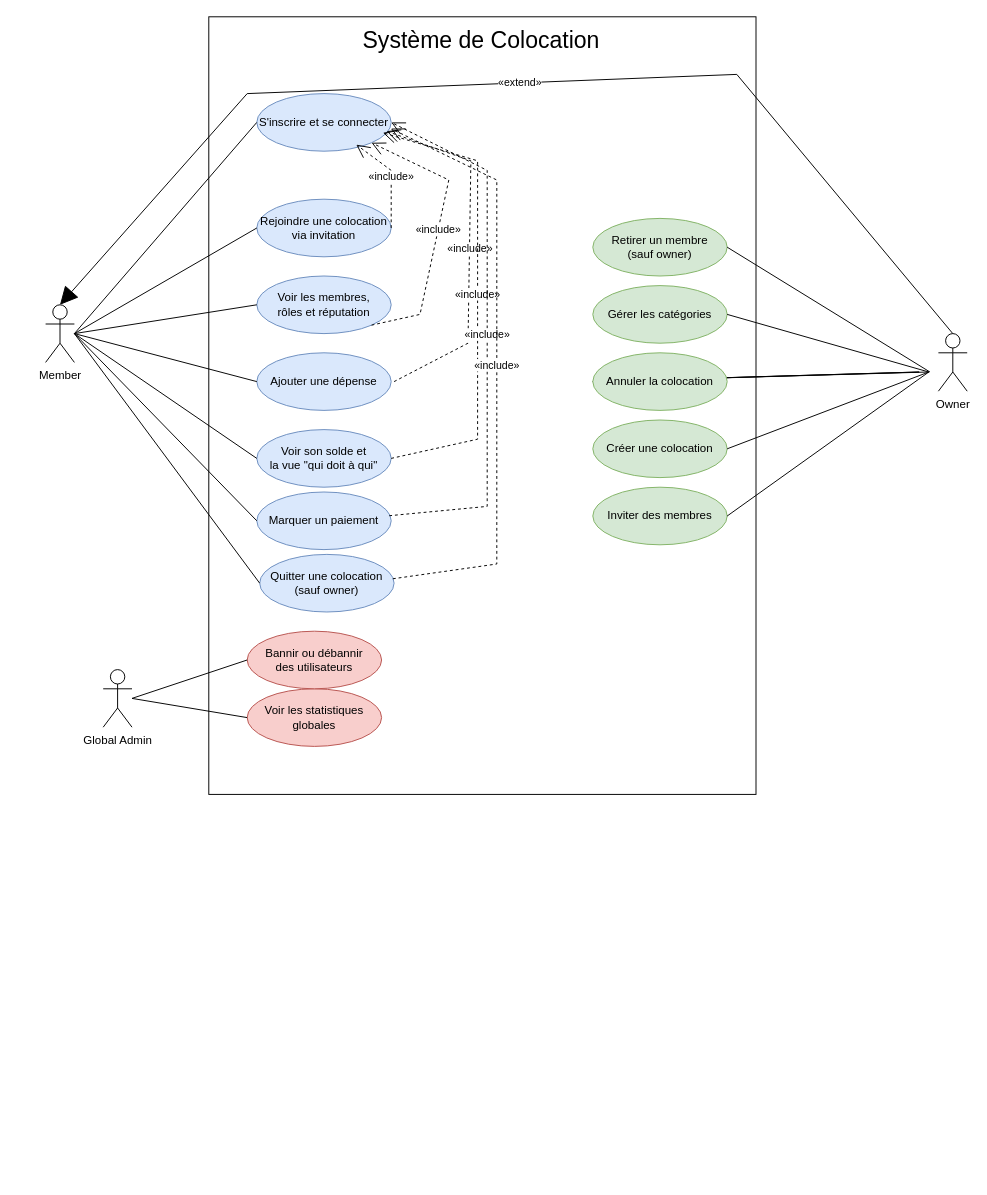
Above: Docs/diagrammeCasUtilisateur.drawio in Medbdll/EasyColoc (draw.io), before the change. Source tidied: cells renumbered, new cells numbered last; positions are measured from the earlier drawing's top-left corner, leaving out a move shared by most shapes. Both pictures are drawn from the tidied source at 96%, with x=0, y=0 at pixel (45, 16).
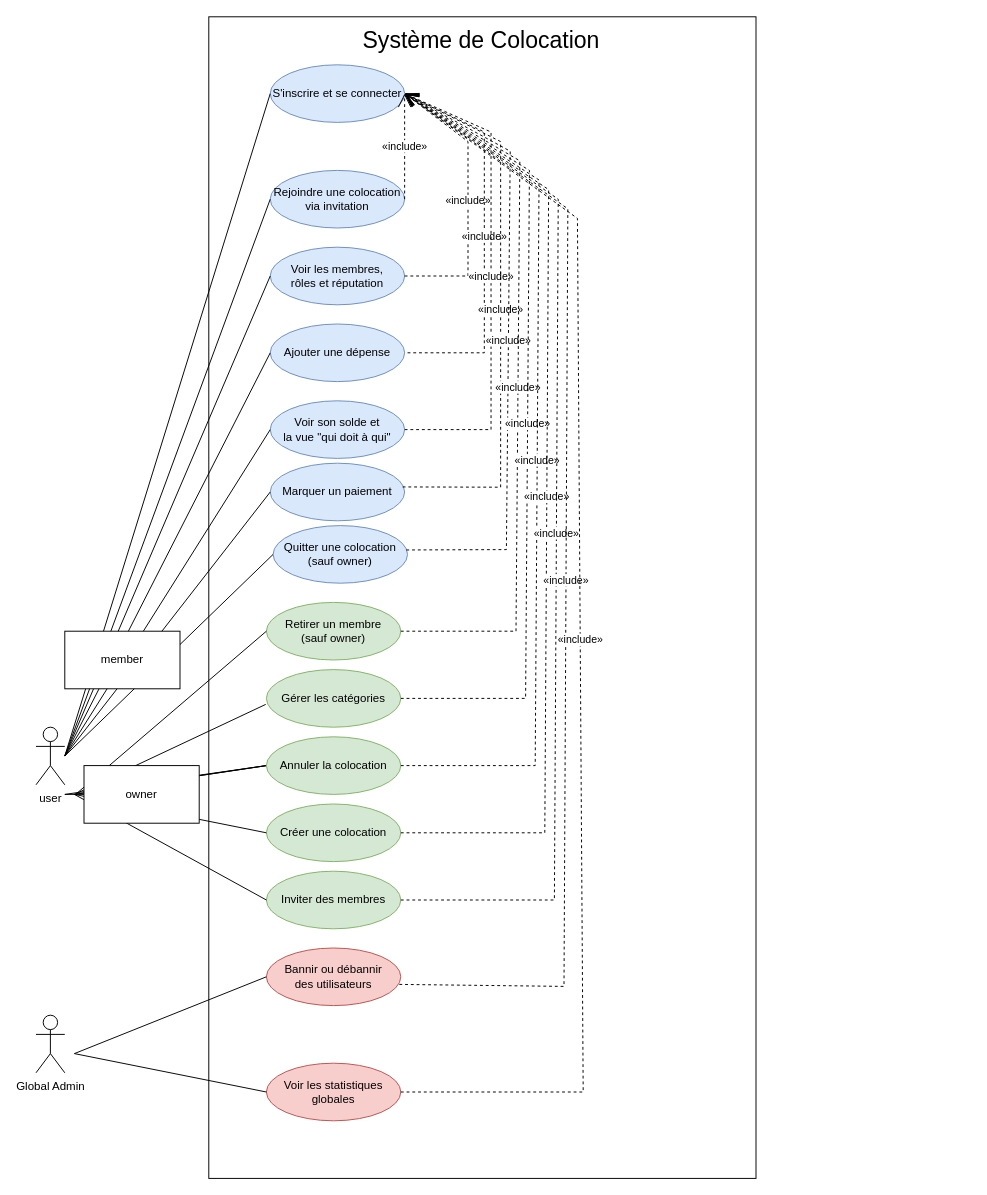
Above is the later version.

Commit message:
EAS-29 Diagramme des cas d'utilisateurs

The edit, as a diff of the source:
```diff
@@
     <mxCell id="2" style="rounded=0;whiteSpace=wrap;html=1;" parent="1" vertex="1">
-      <mxGeometry x="170" width="570" height="810" as="geometry" />
+      <mxGeometry x="170" width="570" height="1210" as="geometry" />
     </mxCell>
-    <mxCell id="3" value="Member" style="shape=umlActor;verticalLabelPosition=bottom;verticalAlign=top;html=1;outlineConnect=0;" parent="1" vertex="1">
-      <mxGeometry y="300" width="30" height="60" as="geometry" />
+    <mxCell id="3" value="user&lt;div&gt;&lt;br&gt;&lt;/div&gt;" style="shape=umlActor;verticalLabelPosition=bottom;verticalAlign=top;html=1;outlineConnect=0;" parent="1" vertex="1">
+      <mxGeometry x="-10" y="740" width="30" height="60" as="geometry" />
     </mxCell>
-    <mxCell id="4" value="Owner" style="shape=umlActor;verticalLabelPosition=bottom;verticalAlign=top;html=1;outlineConnect=0;" parent="1" vertex="1">
-      <mxGeometry x="930" y="330" width="30" height="60" as="geometry" />
-    </mxCell>
     <mxCell id="5" value="Global Admin" style="shape=umlActor;verticalLabelPosition=bottom;verticalAlign=top;html=1;outlineConnect=0;" parent="1" vertex="1">
-      <mxGeometry x="60" y="680" width="30" height="60" as="geometry" />
+      <mxGeometry x="-10" y="1040" width="30" height="60" as="geometry" />
     </mxCell>
     <mxCell id="6" value="S'inscrire et se connecter" style="ellipse;whiteSpace=wrap;html=1;fillColor=#dae8fc;strokeColor=#6c8ebf;" parent="1" vertex="1">
-      <mxGeometry x="220" y="80" width="140" height="60" as="geometry" />
+      <mxGeometry x="234" y="50" width="140" height="60" as="geometry" />
     </mxCell>
     <mxCell id="7" value="Rejoindre une colocation&#10;via invitation" style="ellipse;whiteSpace=wrap;html=1;fillColor=#dae8fc;strokeColor=#6c8ebf;" parent="1" vertex="1">
-      <mxGeometry x="220" y="190" width="140" height="60" as="geometry" />
+      <mxGeometry x="234" y="160" width="140" height="60" as="geometry" />
     </mxCell>
     <mxCell id="8" value="Voir les membres,&#10;rôles et réputation" style="ellipse;whiteSpace=wrap;html=1;fillColor=#dae8fc;strokeColor=#6c8ebf;" parent="1" vertex="1">
-      <mxGeometry x="220" y="270" width="140" height="60" as="geometry" />
+      <mxGeometry x="234" y="240" width="140" height="60" as="geometry" />
     </mxCell>
     <mxCell id="9" value="Ajouter une dépense" style="ellipse;whiteSpace=wrap;html=1;fillColor=#dae8fc;strokeColor=#6c8ebf;" parent="1" vertex="1">
-      <mxGeometry x="220" y="350" width="140" height="60" as="geometry" />
+      <mxGeometry x="234" y="320" width="140" height="60" as="geometry" />
     </mxCell>
     <mxCell id="10" value="Voir son solde et&#10;la vue &quot;qui doit à qui&quot;" style="ellipse;whiteSpace=wrap;html=1;fillColor=#dae8fc;strokeColor=#6c8ebf;" parent="1" vertex="1">
-      <mxGeometry x="220" y="430" width="140" height="60" as="geometry" />
+      <mxGeometry x="234" y="400" width="140" height="60" as="geometry" />
     </mxCell>
     <mxCell id="11" value="Marquer un paiement" style="ellipse;whiteSpace=wrap;html=1;fillColor=#dae8fc;strokeColor=#6c8ebf;" parent="1" vertex="1">
-      <mxGeometry x="220" y="495" width="140" height="60" as="geometry" />
+      <mxGeometry x="234" y="465" width="140" height="60" as="geometry" />
     </mxCell>
     <mxCell id="12" value="Quitter une colocation&#10;(sauf owner)" style="ellipse;whiteSpace=wrap;html=1;fillColor=#dae8fc;strokeColor=#6c8ebf;" parent="1" vertex="1">
-      <mxGeometry x="223" y="560" width="140" height="60" as="geometry" />
+      <mxGeometry x="237" y="530" width="140" height="60" as="geometry" />
     </mxCell>
     <mxCell id="13" value="Créer une colocation" style="ellipse;whiteSpace=wrap;html=1;fillColor=#d5e8d4;strokeColor=#82b366;" parent="1" vertex="1">
-      <mxGeometry x="570" y="420" width="140" height="60" as="geometry" />
+      <mxGeometry x="230" y="820" width="140" height="60" as="geometry" />
     </mxCell>
     <mxCell id="14" value="Inviter des membres" style="ellipse;whiteSpace=wrap;html=1;fillColor=#d5e8d4;strokeColor=#82b366;" parent="1" vertex="1">
-      <mxGeometry x="570" y="490" width="140" height="60" as="geometry" />
+      <mxGeometry x="230" y="890" width="140" height="60" as="geometry" />
     </mxCell>
     <mxCell id="15" value="Retirer un membre&#10;(sauf owner)" style="ellipse;whiteSpace=wrap;html=1;fillColor=#d5e8d4;strokeColor=#82b366;" parent="1" vertex="1">
-      <mxGeometry x="570" y="210" width="140" height="60" as="geometry" />
+      <mxGeometry x="230" y="610" width="140" height="60" as="geometry" />
     </mxCell>
     <mxCell id="16" value="Gérer les catégories" style="ellipse;whiteSpace=wrap;html=1;fillColor=#d5e8d4;strokeColor=#82b366;" parent="1" vertex="1">
-      <mxGeometry x="570" y="280" width="140" height="60" as="geometry" />
+      <mxGeometry x="230" y="680" width="140" height="60" as="geometry" />
     </mxCell>
     <mxCell id="17" value="Voir les statistiques&#10;globales" style="ellipse;whiteSpace=wrap;html=1;fillColor=#f8cecc;strokeColor=#b85450;" parent="1" vertex="1">
-      <mxGeometry x="210" y="700" width="140" height="60" as="geometry" />
+      <mxGeometry x="230" y="1090" width="140" height="60" as="geometry" />
     </mxCell>
     <mxCell id="18" value="Bannir ou débannir&#10;des utilisateurs" style="ellipse;whiteSpace=wrap;html=1;fillColor=#f8cecc;strokeColor=#b85450;" parent="1" vertex="1">
-      <mxGeometry x="210" y="640" width="140" height="60" as="geometry" />
+      <mxGeometry x="230" y="970" width="140" height="60" as="geometry" />
     </mxCell>
@@
-    <mxCell id="24" style="endArrow=none;html=1;rounded=0;exitX=1;exitY=0.5;exitDx=0;exitDy=0;entryX=0;entryY=0.5;entryDx=0;entryDy=0;" parent="1" edge="1" source="3" target="11">
-      <mxGeometry relative="1" as="geometry" />
+    <mxCell id="24" style="endArrow=none;html=1;rounded=0;entryX=0;entryY=0.5;entryDx=0;entryDy=0;" parent="1" edge="1" target="11">
+      <mxGeometry relative="1" as="geometry">
+        <mxPoint x="20" y="770" as="sourcePoint" />
+      </mxGeometry>
     </mxCell>
@@
-    <mxCell id="26" style="endArrow=none;html=1;rounded=0;entryX=1;entryY=0.5;entryDx=0;entryDy=0;" parent="1" edge="1" target="13">
+    <mxCell id="26" style="endArrow=none;html=1;rounded=0;entryX=0;entryY=0.5;entryDx=0;entryDy=0;" parent="1" edge="1" target="13">
       <mxGeometry relative="1" as="geometry">
-        <mxPoint x="920" y="370" as="sourcePoint" />
+        <mxPoint x="30" y="810" as="sourcePoint" />
       </mxGeometry>
     </mxCell>
-    <mxCell id="27" style="endArrow=none;html=1;rounded=0;entryX=1;entryY=0.5;entryDx=0;entryDy=0;" parent="1" edge="1" target="14">
+    <mxCell id="27" style="endArrow=none;html=1;rounded=0;entryX=0;entryY=0.5;entryDx=0;entryDy=0;" parent="1" edge="1" target="14">
       <mxGeometry relative="1" as="geometry">
-        <mxPoint x="920" y="370" as="sourcePoint" />
+        <mxPoint x="30" y="810" as="sourcePoint" />
       </mxGeometry>
     </mxCell>
-    <mxCell id="28" style="endArrow=none;html=1;rounded=0;entryX=1;entryY=0.5;entryDx=0;entryDy=0;" parent="1" edge="1" target="15">
+    <mxCell id="28" style="endArrow=none;html=1;rounded=0;entryX=0;entryY=0.5;entryDx=0;entryDy=0;" parent="1" edge="1" target="15">
       <mxGeometry relative="1" as="geometry">
-        <mxPoint x="921.2" y="370" as="sourcePoint" />
+        <mxPoint x="31.2" y="810" as="sourcePoint" />
       </mxGeometry>
     </mxCell>
-    <mxCell id="29" style="endArrow=none;html=1;rounded=0;exitX=1;exitY=0.5;exitDx=0;exitDy=0;" parent="1" edge="1" source="16">
+    <mxCell id="29" style="endArrow=none;html=1;rounded=0;exitX=-0.005;exitY=0.604;exitDx=0;exitDy=0;exitPerimeter=0;" parent="1" edge="1" source="16">
       <mxGeometry relative="1" as="geometry">
-        <mxPoint x="920" y="370" as="targetPoint" />
+        <mxPoint x="30" y="810" as="targetPoint" />
       </mxGeometry>
     </mxCell>
     <mxCell id="30" style="endArrow=none;html=1;rounded=0;entryX=0;entryY=0.5;entryDx=0;entryDy=0;" parent="1" edge="1" target="37">
       <mxGeometry relative="1" as="geometry">
-        <mxPoint x="910" y="370" as="sourcePoint" />
+        <mxPoint x="20" y="810" as="sourcePoint" />
       </mxGeometry>
     </mxCell>
-    <mxCell id="31" style="endArrow=none;html=1;rounded=0;exitX=1;exitY=0.5;exitDx=0;exitDy=0;entryX=0;entryY=0.5;entryDx=0;entryDy=0;" parent="1" edge="1" source="5" target="17">
-      <mxGeometry relative="1" as="geometry" />
+    <mxCell id="31" style="endArrow=none;html=1;rounded=0;entryX=0;entryY=0.5;entryDx=0;entryDy=0;" parent="1" edge="1" target="17">
+      <mxGeometry relative="1" as="geometry">
+        <mxPoint x="30" y="1080" as="sourcePoint" />
+      </mxGeometry>
     </mxCell>
-    <mxCell id="32" style="endArrow=none;html=1;rounded=0;exitX=1;exitY=0.5;exitDx=0;exitDy=0;entryX=0;entryY=0.5;entryDx=0;entryDy=0;" parent="1" edge="1" source="5" target="18">
-      <mxGeometry relative="1" as="geometry" />
+    <mxCell id="32" style="endArrow=none;html=1;rounded=0;entryX=0;entryY=0.5;entryDx=0;entryDy=0;" parent="1" edge="1" target="18">
+      <mxGeometry relative="1" as="geometry">
+        <mxPoint x="30" y="1080" as="sourcePoint" />
+      </mxGeometry>
     </mxCell>
-    <mxCell id="33" value="«extend»" style="endArrow=block;endSize=16;html=1;rounded=0;entryX=0.5;entryY=0;entryDx=0;entryDy=0;entryPerimeter=0;exitX=0.5;exitY=0;exitDx=0;exitDy=0;exitPerimeter=0;" parent="1" edge="1" source="4" target="3">
-      <mxGeometry relative="1" as="geometry">
-        <Array as="points">
-          <mxPoint x="720" y="60" />
-          <mxPoint x="210" y="80" />
-        </Array>
-      </mxGeometry>
-    </mxCell>
-    <mxCell id="34" value="«include»" style="endArrow=open;endSize=12;dashed=1;html=1;rounded=0;exitX=1;exitY=0.5;exitDx=0;exitDy=0;entryX=0.74;entryY=0.886;entryDx=0;entryDy=0;entryPerimeter=0;" parent="1" edge="1" source="7" target="6">
+    <mxCell id="34" value="«include»" style="endArrow=open;endSize=12;dashed=1;html=1;rounded=0;exitX=1;exitY=0.5;exitDx=0;exitDy=0;entryX=1;entryY=0.5;entryDx=0;entryDy=0;" parent="1" edge="1" source="7" target="6">
       <mxGeometry relative="1" as="geometry">
         <Array as="points">
-          <mxPoint x="360" y="160" />
+          <mxPoint x="374" y="130" />
         </Array>
       </mxGeometry>
     </mxCell>
     <mxCell id="35" style="endArrow=none;html=1;rounded=0;entryX=0;entryY=0.5;entryDx=0;entryDy=0;" parent="1" edge="1" target="37">
       <mxGeometry relative="1" as="geometry">
-        <mxPoint x="920" y="370" as="sourcePoint" />
+        <mxPoint x="30" y="810" as="sourcePoint" />
       </mxGeometry>
     </mxCell>
     <mxCell id="36" style="endArrow=none;html=1;rounded=0;entryX=0;entryY=0.5;entryDx=0;entryDy=0;" parent="1" edge="1" target="37">
       <mxGeometry relative="1" as="geometry">
-        <mxPoint x="910" y="370" as="sourcePoint" />
+        <mxPoint x="30" y="810" as="sourcePoint" />
       </mxGeometry>
     </mxCell>
     <mxCell id="37" value="Annuler la colocation" style="ellipse;whiteSpace=wrap;html=1;fillColor=#d5e8d4;strokeColor=#82b366;" parent="1" vertex="1">
-      <mxGeometry x="570" y="350" width="140" height="60" as="geometry" />
+      <mxGeometry x="230" y="750" width="140" height="60" as="geometry" />
     </mxCell>
-    <mxCell id="38" value="«include»" style="endArrow=open;endSize=12;dashed=1;html=1;rounded=0;exitX=1;exitY=1;exitDx=0;exitDy=0;entryX=1;entryY=1;entryDx=0;entryDy=0;" parent="1" edge="1" source="8" target="6">
+    <mxCell id="38" value="«include»" style="endArrow=open;endSize=12;dashed=1;html=1;rounded=0;exitX=1;exitY=0.5;exitDx=0;exitDy=0;entryX=1;entryY=0.5;entryDx=0;entryDy=0;" parent="1" edge="1" source="8" target="6">
       <mxGeometry relative="1" as="geometry">
         <Array as="points">
-          <mxPoint x="390" y="310" />
-          <mxPoint x="420" y="170" />
+          <mxPoint x="440" y="270" />
+          <mxPoint x="440" y="130" />
         </Array>
       </mxGeometry>
     </mxCell>
-    <mxCell id="39" value="«include»" style="endArrow=open;endSize=12;dashed=1;html=1;rounded=0;exitX=1;exitY=0.5;exitDx=0;exitDy=0;entryX=0.965;entryY=0.653;entryDx=0;entryDy=0;entryPerimeter=0;" parent="1" edge="1" target="6">
+    <mxCell id="39" value="«include»" style="endArrow=open;endSize=12;dashed=1;html=1;rounded=0;exitX=1;exitY=0.5;exitDx=0;exitDy=0;entryX=1;entryY=0.5;entryDx=0;entryDy=0;" parent="1" edge="1" target="6">
       <mxGeometry relative="1" as="geometry">
-        <mxPoint x="363" y="380" as="sourcePoint" />
+        <mxPoint x="377" y="350" as="sourcePoint" />
         <Array as="points">
-          <mxPoint x="440" y="340" />
-          <mxPoint x="443" y="150" />
+          <mxPoint x="457" y="350" />
+          <mxPoint x="457" y="120" />
         </Array>
       </mxGeometry>
     </mxCell>
-    <mxCell id="40" value="«include»" style="endArrow=open;endSize=12;dashed=1;html=1;rounded=0;exitX=1;exitY=0.5;exitDx=0;exitDy=0;entryX=0.938;entryY=0.68;entryDx=0;entryDy=0;entryPerimeter=0;" parent="1" edge="1" source="10" target="6">
+    <mxCell id="40" value="«include»" style="endArrow=open;endSize=12;dashed=1;html=1;rounded=0;exitX=1;exitY=0.5;exitDx=0;exitDy=0;entryX=1;entryY=0.5;entryDx=0;entryDy=0;" parent="1" edge="1" source="10" target="6">
       <mxGeometry relative="1" as="geometry">
         <Array as="points">
-          <mxPoint x="450" y="440" />
-          <mxPoint x="450" y="150" />
+          <mxPoint x="464" y="430" />
+          <mxPoint x="464" y="120" />
         </Array>
       </mxGeometry>
     </mxCell>
     <mxCell id="41" value="«include»" style="endArrow=open;endSize=12;dashed=1;html=1;rounded=0;exitX=0.985;exitY=0.412;exitDx=0;exitDy=0;entryX=1;entryY=0.5;entryDx=0;entryDy=0;exitPerimeter=0;" parent="1" edge="1" source="11" target="6">
       <mxGeometry relative="1" as="geometry">
         <Array as="points">
-          <mxPoint x="460" y="510" />
-          <mxPoint x="460" y="160" />
+          <mxPoint x="474" y="490" />
+          <mxPoint x="474" y="130" />
         </Array>
       </mxGeometry>
     </mxCell>
-    <mxCell id="42" value="«include»" style="endArrow=open;endSize=12;dashed=1;html=1;rounded=0;exitX=0.991;exitY=0.423;exitDx=0;exitDy=0;entryX=0.997;entryY=0.607;entryDx=0;entryDy=0;exitPerimeter=0;entryPerimeter=0;" parent="1" edge="1" source="12" target="6">
+    <mxCell id="42" value="«include»" style="endArrow=open;endSize=12;dashed=1;html=1;rounded=0;exitX=0.991;exitY=0.423;exitDx=0;exitDy=0;entryX=1;entryY=0.5;entryDx=0;entryDy=0;exitPerimeter=0;" parent="1" edge="1" source="12" target="6">
       <mxGeometry relative="1" as="geometry">
         <Array as="points">
-          <mxPoint x="470" y="570" />
-          <mxPoint x="470" y="170" />
+          <mxPoint x="480" y="555" />
+          <mxPoint x="484" y="140" />
         </Array>
       </mxGeometry>
     </mxCell>
@@
+    <mxCell id="44" style="endArrow=none;html=1;rounded=0;entryX=0;entryY=0.5;entryDx=0;entryDy=0;" parent="1" edge="1" target="45">
+      <mxGeometry relative="1" as="geometry">
+        <mxPoint x="20" y="810" as="sourcePoint" />
+      </mxGeometry>
+    </mxCell>
+    <mxCell id="45" value="owner" style="whiteSpace=wrap;html=1;" parent="1" vertex="1">
+      <mxGeometry x="40" y="780" width="120" height="60" as="geometry" />
+    </mxCell>
+    <mxCell id="46" value="member" style="whiteSpace=wrap;html=1;" parent="1" vertex="1">
+      <mxGeometry x="20" y="640" width="120" height="60" as="geometry" />
+    </mxCell>
+    <mxCell id="47" value="«include»" style="endArrow=open;endSize=12;dashed=1;html=1;rounded=0;exitX=1;exitY=0.5;exitDx=0;exitDy=0;entryX=1;entryY=0.5;entryDx=0;entryDy=0;" parent="1" edge="1" source="15" target="6">
+      <mxGeometry relative="1" as="geometry">
+        <Array as="points">
+          <mxPoint x="490" y="640" />
+          <mxPoint x="494" y="150" />
+        </Array>
+      </mxGeometry>
+    </mxCell>
+    <mxCell id="48" value="«include»" style="endArrow=open;endSize=12;dashed=1;html=1;rounded=0;exitX=1;exitY=0.5;exitDx=0;exitDy=0;entryX=1;entryY=0.5;entryDx=0;entryDy=0;" parent="1" edge="1" source="16" target="6">
+      <mxGeometry relative="1" as="geometry">
+        <Array as="points">
+          <mxPoint x="500" y="710" />
+          <mxPoint x="504" y="160" />
+        </Array>
+      </mxGeometry>
+    </mxCell>
+    <mxCell id="49" value="«include»" style="endArrow=open;endSize=12;dashed=1;html=1;rounded=0;exitX=1;exitY=0.5;exitDx=0;exitDy=0;entryX=1;entryY=0.5;entryDx=0;entryDy=0;" parent="1" edge="1" source="37" target="6">
+      <mxGeometry relative="1" as="geometry">
+        <Array as="points">
+          <mxPoint x="510" y="780" />
+          <mxPoint x="514" y="170" />
+        </Array>
+      </mxGeometry>
+    </mxCell>
+    <mxCell id="50" value="«include»" style="endArrow=open;endSize=12;dashed=1;html=1;rounded=0;exitX=1;exitY=0.5;exitDx=0;exitDy=0;entryX=1;entryY=0.5;entryDx=0;entryDy=0;" parent="1" edge="1" source="13" target="6">
+      <mxGeometry relative="1" as="geometry">
+        <Array as="points">
+          <mxPoint x="520" y="850" />
+          <mxPoint x="524" y="180" />
+        </Array>
+      </mxGeometry>
+    </mxCell>
+    <mxCell id="51" value="«include»" style="endArrow=open;endSize=12;dashed=1;html=1;rounded=0;exitX=1;exitY=0.5;exitDx=0;exitDy=0;entryX=1;entryY=0.5;entryDx=0;entryDy=0;" parent="1" edge="1" source="14" target="6">
+      <mxGeometry relative="1" as="geometry">
+        <Array as="points">
+          <mxPoint x="530" y="920" />
+          <mxPoint x="534" y="190" />
+        </Array>
+      </mxGeometry>
+    </mxCell>
+    <mxCell id="52" value="«include»" style="endArrow=open;endSize=12;dashed=1;html=1;rounded=0;exitX=0.989;exitY=0.632;exitDx=0;exitDy=0;entryX=1;entryY=0.5;entryDx=0;entryDy=0;exitPerimeter=0;" parent="1" edge="1" source="18" target="6">
+      <mxGeometry relative="1" as="geometry">
+        <Array as="points">
+          <mxPoint x="540" y="1010" />
+          <mxPoint x="544" y="200" />
+        </Array>
+      </mxGeometry>
+    </mxCell>
+    <mxCell id="53" value="«include»" style="endArrow=open;endSize=12;dashed=1;html=1;rounded=0;exitX=1;exitY=0.5;exitDx=0;exitDy=0;entryX=1;entryY=0.5;entryDx=0;entryDy=0;" parent="1" edge="1" source="17" target="6">
+      <mxGeometry relative="1" as="geometry">
+        <Array as="points">
+          <mxPoint x="560" y="1120" />
+          <mxPoint x="554" y="210" />
+        </Array>
+      </mxGeometry>
+    </mxCell>
```
